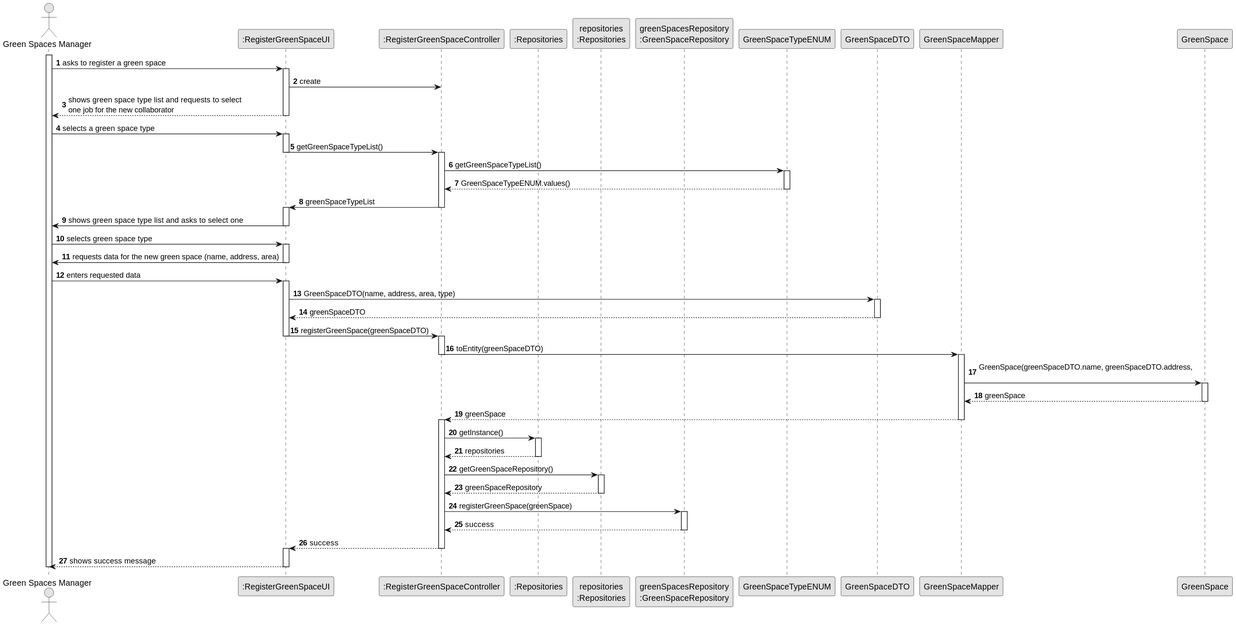
This is docs/sprintC/us020/03.design/svg/us020-sequence-diagram-full.svg from Departamento-de-Engenharia-Informatica/lei-24-s2-1do-g164, a PlantUML export, as it was before one commit.
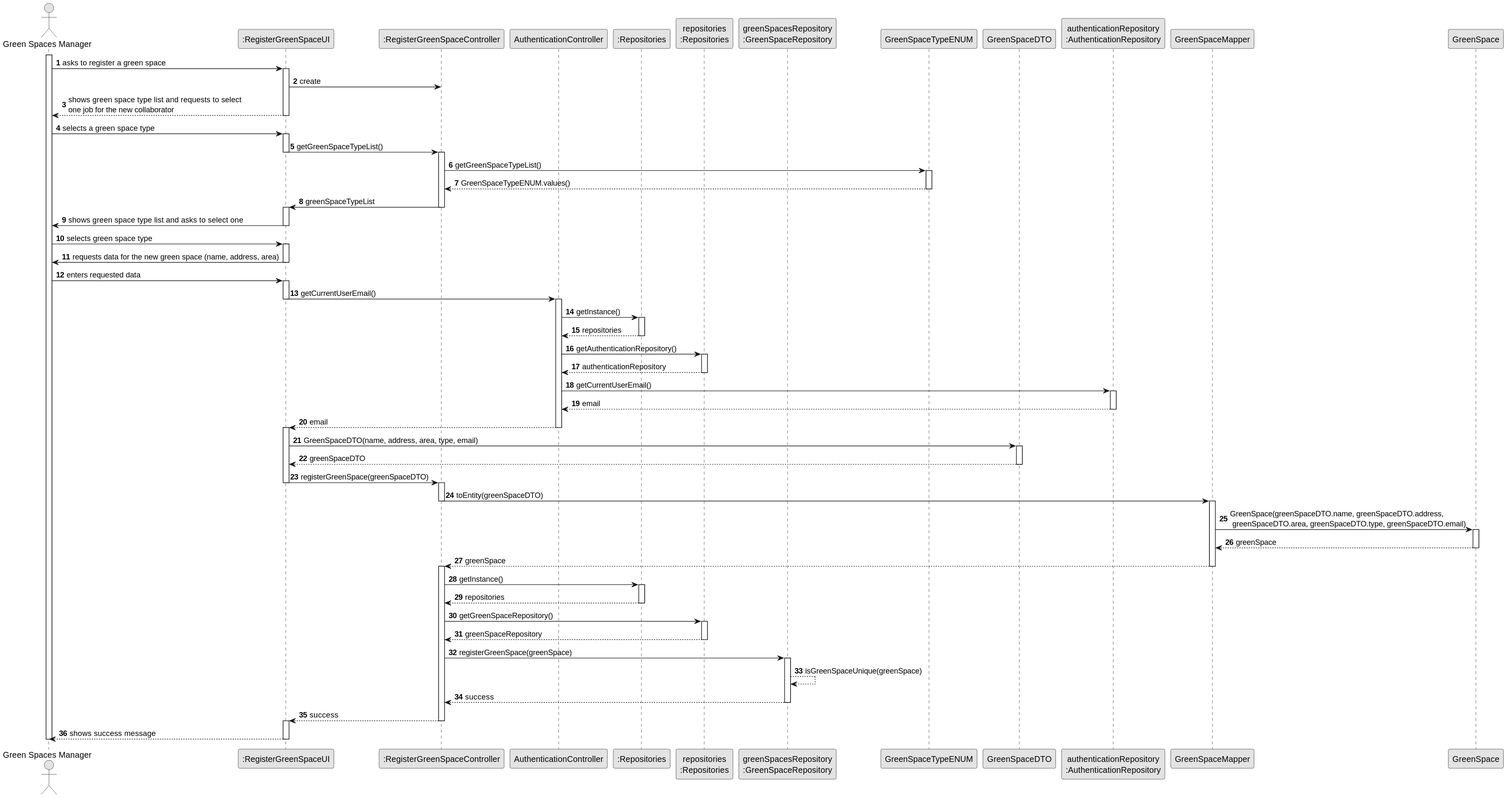
After the change.

Diff of the diagram source:
```diff
@@ -8,6 +8,7 @@
 actor "Green Spaces Manager" as HRM
 participant ":RegisterGreenSpaceUI" as UI
 participant ":RegisterGreenSpaceController" as CTRL
+participant "AuthenticationController" as AuthenticationController
 participant ":Repositories" as RepositorySingleton
 participant "repositories\n:Repositories" as PLAT
 participant "greenSpacesRepository\n:GreenSpaceRepository" as collaboratorRepository
@@ -46,9 +47,29 @@
     deactivate UI
     HRM -> UI : enters requested data
     activate UI
+    UI -> AuthenticationController : getCurrentUserEmail()
+    deactivate UI
+    activate AuthenticationController
+        AuthenticationController -> RepositorySingleton : getInstance()
+        activate RepositorySingleton
+        RepositorySingleton --> AuthenticationController : repositories
+        deactivate RepositorySingleton
+
+        AuthenticationController -> PLAT : getAuthenticationRepository()
+        activate PLAT
+        PLAT --> AuthenticationController : authenticationRepository
+        deactivate PLAT
+
+        AuthenticationController -> "authenticationRepository\n:AuthenticationRepository" : getCurrentUserEmail()
+        activate "authenticationRepository\n:AuthenticationRepository"
+        "authenticationRepository\n:AuthenticationRepository" --> AuthenticationController : email
+        deactivate "authenticationRepository\n:AuthenticationRepository"
+        AuthenticationController --> UI : email
+        deactivate AuthenticationController
+        activate UI
 
 
-UI -> "GreenSpaceDTO" : GreenSpaceDTO(name, address, area, type)
+UI -> "GreenSpaceDTO" : GreenSpaceDTO(name, address, area, type, email)
 activate "GreenSpaceDTO"
 "GreenSpaceDTO"--> UI : greenSpaceDTO
 deactivate "GreenSpaceDTO"
@@ -58,7 +79,7 @@
     CTRL -> "GreenSpaceMapper" : toEntity(greenSpaceDTO)
     deactivate CTRL
     activate "GreenSpaceMapper"
-    "GreenSpaceMapper" -> "GreenSpace" : GreenSpace(greenSpaceDTO.name, greenSpaceDTO.address, \n
+    "GreenSpaceMapper" -> "GreenSpace" : GreenSpace(greenSpaceDTO.name, greenSpaceDTO.address, \n greenSpaceDTO.area, greenSpaceDTO.type, greenSpaceDTO.email)
     activate GreenSpace
     "GreenSpace" --> "GreenSpaceMapper" : greenSpace
     deactivate GreenSpace
@@ -79,7 +100,7 @@
 
     CTRL -> collaboratorRepository : registerGreenSpace(greenSpace)
     activate collaboratorRepository
-
+collaboratorRepository --> collaboratorRepository : isGreenSpaceUnique(greenSpace)
     collaboratorRepository --> CTRL : success
 
     deactivate collaboratorRepository
```
